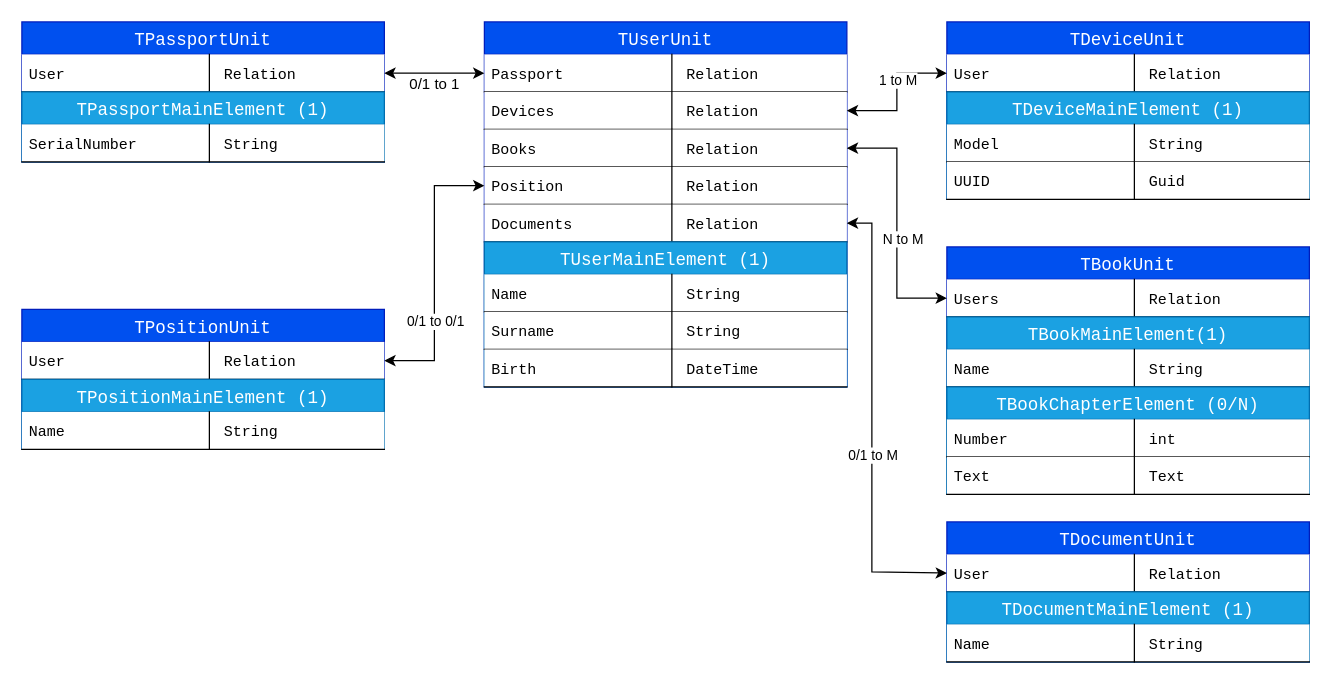
The draw.io diagram page "Test" (2 of 2) of diagrams/DXCoreDataStructure.drawio in IgnisVitalis/IV.DX, before the edit. Source tidied: cells renumbered, new cells numbered last; positions are measured from the earlier drawing's top-left corner, leaving out a move shared by most shapes. Both pictures are drawn from the tidied source at 125%, with x=0, y=0 at pixel (21, 21).
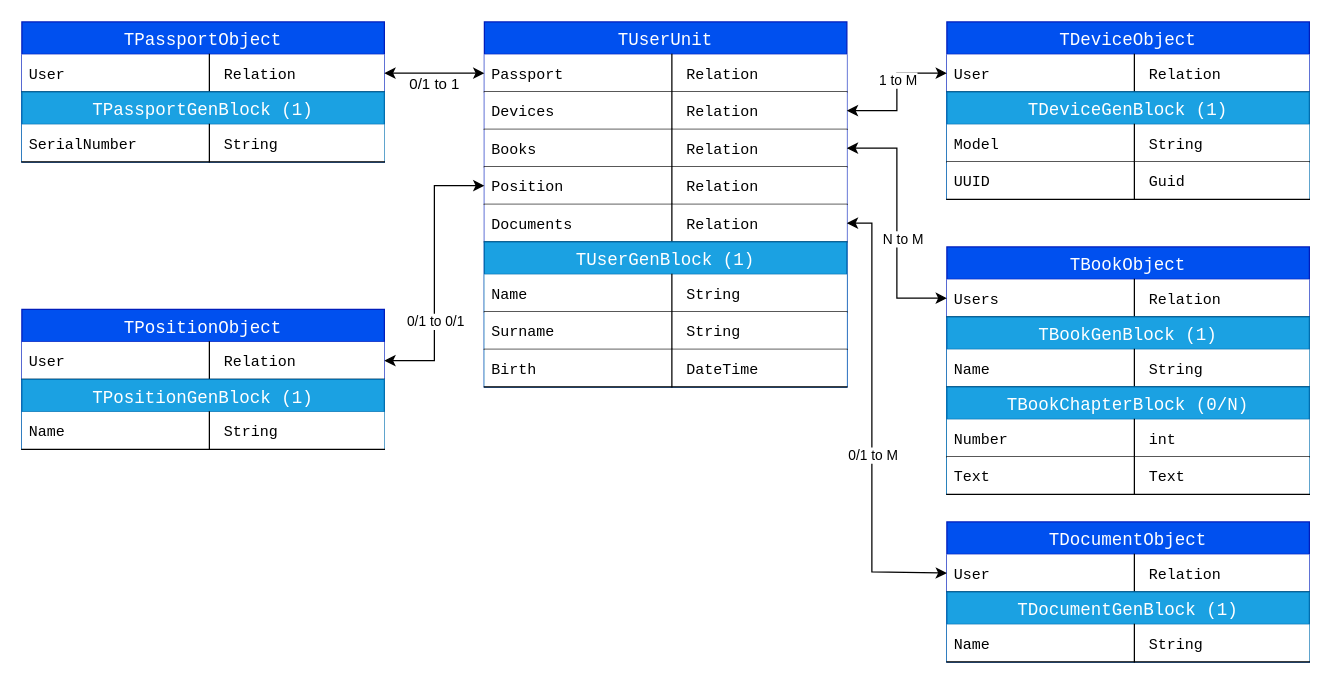
The same page after the edit.

The change refers to these unchanged cells:
```xml
<mxCell id="2" value="TUserUnit" style="swimlane;fontStyle=0;horizontal=1;startSize=26;fillColor=#0050ef;swimlaneFillColor=#ffffff;align=center;fontSize=14;strokeColor=#001DBC;fontFamily=Consolas;labelBackgroundColor=none;labelBorderColor=none;fontColor=#ffffff;" parent="1" vertex="1">
  <mxGeometry x="370" width="290" height="292" as="geometry" />
</mxCell>
```

Diff of the diagram source:
```diff
@@
-    <mxCell id="13" value="TUserMainElement (1)" style="swimlane;fontStyle=0;horizontal=1;startSize=26;fillColor=#1ba1e2;swimlaneFillColor=#ffffff;align=center;fontSize=14;strokeColor=#006EAF;fontFamily=Consolas;fontColor=#ffffff;" parent="2" vertex="1">
+    <mxCell id="13" value="TUserGenBlock (1)" style="swimlane;fontStyle=0;horizontal=1;startSize=26;fillColor=#1ba1e2;swimlaneFillColor=#ffffff;align=center;fontSize=14;strokeColor=#006EAF;fontFamily=Consolas;fontColor=#ffffff;" parent="2" vertex="1">
       <mxGeometry y="176" width="290" height="116" as="geometry" />
     </mxCell>
@@
-    <mxCell id="20" value="TDeviceUnit" style="swimlane;fontStyle=0;horizontal=1;startSize=26;fillColor=#0050ef;swimlaneFillColor=#ffffff;align=center;fontSize=14;strokeColor=#001DBC;fontFamily=Consolas;labelBackgroundColor=none;labelBorderColor=none;fontColor=#ffffff;" parent="1" vertex="1">
+    <mxCell id="20" value="TDeviceObject" style="swimlane;fontStyle=0;horizontal=1;startSize=26;fillColor=#0050ef;swimlaneFillColor=#ffffff;align=center;fontSize=14;strokeColor=#001DBC;fontFamily=Consolas;labelBackgroundColor=none;labelBorderColor=none;fontColor=#ffffff;" parent="1" vertex="1">
       <mxGeometry x="740" width="290" height="142" as="geometry" />
     </mxCell>
@@
-    <mxCell id="23" value="TDeviceMainElement (1)" style="swimlane;fontStyle=0;horizontal=1;startSize=26;fillColor=#1ba1e2;swimlaneFillColor=#ffffff;align=center;fontSize=14;strokeColor=#006EAF;fontFamily=Consolas;fontColor=#ffffff;" parent="20" vertex="1">
+    <mxCell id="23" value="TDeviceGenBlock (1)" style="swimlane;fontStyle=0;horizontal=1;startSize=26;fillColor=#1ba1e2;swimlaneFillColor=#ffffff;align=center;fontSize=14;strokeColor=#006EAF;fontFamily=Consolas;fontColor=#ffffff;" parent="20" vertex="1">
       <mxGeometry y="56" width="290" height="86" as="geometry" />
     </mxCell>
@@
-    <mxCell id="30" value="TPassportUnit" style="swimlane;fontStyle=0;horizontal=1;startSize=26;fillColor=#0050ef;swimlaneFillColor=#ffffff;align=center;fontSize=14;strokeColor=#001DBC;fontFamily=Consolas;labelBackgroundColor=none;labelBorderColor=none;fontColor=#ffffff;" parent="1" vertex="1">
+    <mxCell id="30" value="TPassportObject" style="swimlane;fontStyle=0;horizontal=1;startSize=26;fillColor=#0050ef;swimlaneFillColor=#ffffff;align=center;fontSize=14;strokeColor=#001DBC;fontFamily=Consolas;labelBackgroundColor=none;labelBorderColor=none;fontColor=#ffffff;" parent="1" vertex="1">
       <mxGeometry width="290" height="112" as="geometry" />
     </mxCell>
@@
-    <mxCell id="33" value="TPassportMainElement (1)" style="swimlane;fontStyle=0;horizontal=1;startSize=26;fillColor=#1ba1e2;swimlaneFillColor=#ffffff;align=center;fontSize=14;strokeColor=#006EAF;fontFamily=Consolas;fontColor=#ffffff;" parent="30" vertex="1">
+    <mxCell id="33" value="TPassportGenBlock (1)" style="swimlane;fontStyle=0;horizontal=1;startSize=26;fillColor=#1ba1e2;swimlaneFillColor=#ffffff;align=center;fontSize=14;strokeColor=#006EAF;fontFamily=Consolas;fontColor=#ffffff;" parent="30" vertex="1">
       <mxGeometry y="56" width="290" height="56" as="geometry" />
     </mxCell>
@@
-    <mxCell id="38" value="TBookUnit" style="swimlane;fontStyle=0;horizontal=1;startSize=26;fillColor=#0050ef;swimlaneFillColor=#ffffff;align=center;fontSize=14;strokeColor=#001DBC;fontFamily=Consolas;labelBackgroundColor=none;labelBorderColor=none;fontColor=#ffffff;" parent="1" vertex="1">
+    <mxCell id="38" value="TBookObject" style="swimlane;fontStyle=0;horizontal=1;startSize=26;fillColor=#0050ef;swimlaneFillColor=#ffffff;align=center;fontSize=14;strokeColor=#001DBC;fontFamily=Consolas;labelBackgroundColor=none;labelBorderColor=none;fontColor=#ffffff;" parent="1" vertex="1">
       <mxGeometry x="740" y="180" width="290" height="198" as="geometry" />
     </mxCell>
@@
-    <mxCell id="41" value="TBookMainElement(1)" style="swimlane;fontStyle=0;horizontal=1;startSize=26;fillColor=#1ba1e2;swimlaneFillColor=#ffffff;align=center;fontSize=14;strokeColor=#006EAF;fontFamily=Consolas;fontColor=#ffffff;" parent="38" vertex="1">
+    <mxCell id="41" value="TBookGenBlock (1)" style="swimlane;fontStyle=0;horizontal=1;startSize=26;fillColor=#1ba1e2;swimlaneFillColor=#ffffff;align=center;fontSize=14;strokeColor=#006EAF;fontFamily=Consolas;fontColor=#ffffff;" parent="38" vertex="1">
       <mxGeometry y="56" width="290" height="142" as="geometry" />
     </mxCell>
@@
-    <mxCell id="44" value="TBookChapterElement (0/N)" style="swimlane;fontStyle=0;horizontal=1;startSize=26;fillColor=#1ba1e2;swimlaneFillColor=#ffffff;align=center;fontSize=14;strokeColor=#006EAF;fontFamily=Consolas;fontColor=#ffffff;" parent="41" vertex="1">
+    <mxCell id="44" value="TBookChapterBlock (0/N)" style="swimlane;fontStyle=0;horizontal=1;startSize=26;fillColor=#1ba1e2;swimlaneFillColor=#ffffff;align=center;fontSize=14;strokeColor=#006EAF;fontFamily=Consolas;fontColor=#ffffff;" parent="41" vertex="1">
       <mxGeometry y="56" width="290" height="86" as="geometry" />
     </mxCell>
@@
-    <mxCell id="51" value="TPositionUnit" style="swimlane;fontStyle=0;horizontal=1;startSize=26;fillColor=#0050ef;swimlaneFillColor=#ffffff;align=center;fontSize=14;strokeColor=#001DBC;fontFamily=Consolas;labelBackgroundColor=none;labelBorderColor=none;fontColor=#ffffff;" parent="1" vertex="1">
+    <mxCell id="51" value="TPositionObject" style="swimlane;fontStyle=0;horizontal=1;startSize=26;fillColor=#0050ef;swimlaneFillColor=#ffffff;align=center;fontSize=14;strokeColor=#001DBC;fontFamily=Consolas;labelBackgroundColor=none;labelBorderColor=none;fontColor=#ffffff;" parent="1" vertex="1">
       <mxGeometry y="230" width="290" height="112" as="geometry" />
     </mxCell>
@@
-    <mxCell id="54" value="TPositionMainElement (1)" style="swimlane;fontStyle=0;horizontal=1;startSize=26;fillColor=#1ba1e2;swimlaneFillColor=#ffffff;align=center;fontSize=14;strokeColor=#006EAF;fontFamily=Consolas;fontColor=#ffffff;" parent="51" vertex="1">
+    <mxCell id="54" value="TPositionGenBlock (1)" style="swimlane;fontStyle=0;horizontal=1;startSize=26;fillColor=#1ba1e2;swimlaneFillColor=#ffffff;align=center;fontSize=14;strokeColor=#006EAF;fontFamily=Consolas;fontColor=#ffffff;" parent="51" vertex="1">
       <mxGeometry y="56" width="290" height="56" as="geometry" />
     </mxCell>
@@
-    <mxCell id="59" value="TDocumentUnit" style="swimlane;fontStyle=0;horizontal=1;startSize=26;fillColor=#0050ef;swimlaneFillColor=#ffffff;align=center;fontSize=14;strokeColor=#001DBC;fontFamily=Consolas;labelBackgroundColor=none;labelBorderColor=none;fontColor=#ffffff;" parent="1" vertex="1">
+    <mxCell id="59" value="TDocumentObject" style="swimlane;fontStyle=0;horizontal=1;startSize=26;fillColor=#0050ef;swimlaneFillColor=#ffffff;align=center;fontSize=14;strokeColor=#001DBC;fontFamily=Consolas;labelBackgroundColor=none;labelBorderColor=none;fontColor=#ffffff;" parent="1" vertex="1">
       <mxGeometry x="740" y="400" width="290" height="112" as="geometry" />
     </mxCell>
@@
-    <mxCell id="62" value="TDocumentMainElement (1)" style="swimlane;fontStyle=0;horizontal=1;startSize=26;fillColor=#1ba1e2;swimlaneFillColor=#ffffff;align=center;fontSize=14;strokeColor=#006EAF;fontFamily=Consolas;fontColor=#ffffff;" parent="59" vertex="1">
+    <mxCell id="62" value="TDocumentGenBlock (1)" style="swimlane;fontStyle=0;horizontal=1;startSize=26;fillColor=#1ba1e2;swimlaneFillColor=#ffffff;align=center;fontSize=14;strokeColor=#006EAF;fontFamily=Consolas;fontColor=#ffffff;" parent="59" vertex="1">
       <mxGeometry y="56" width="290" height="56" as="geometry" />
     </mxCell>
```
